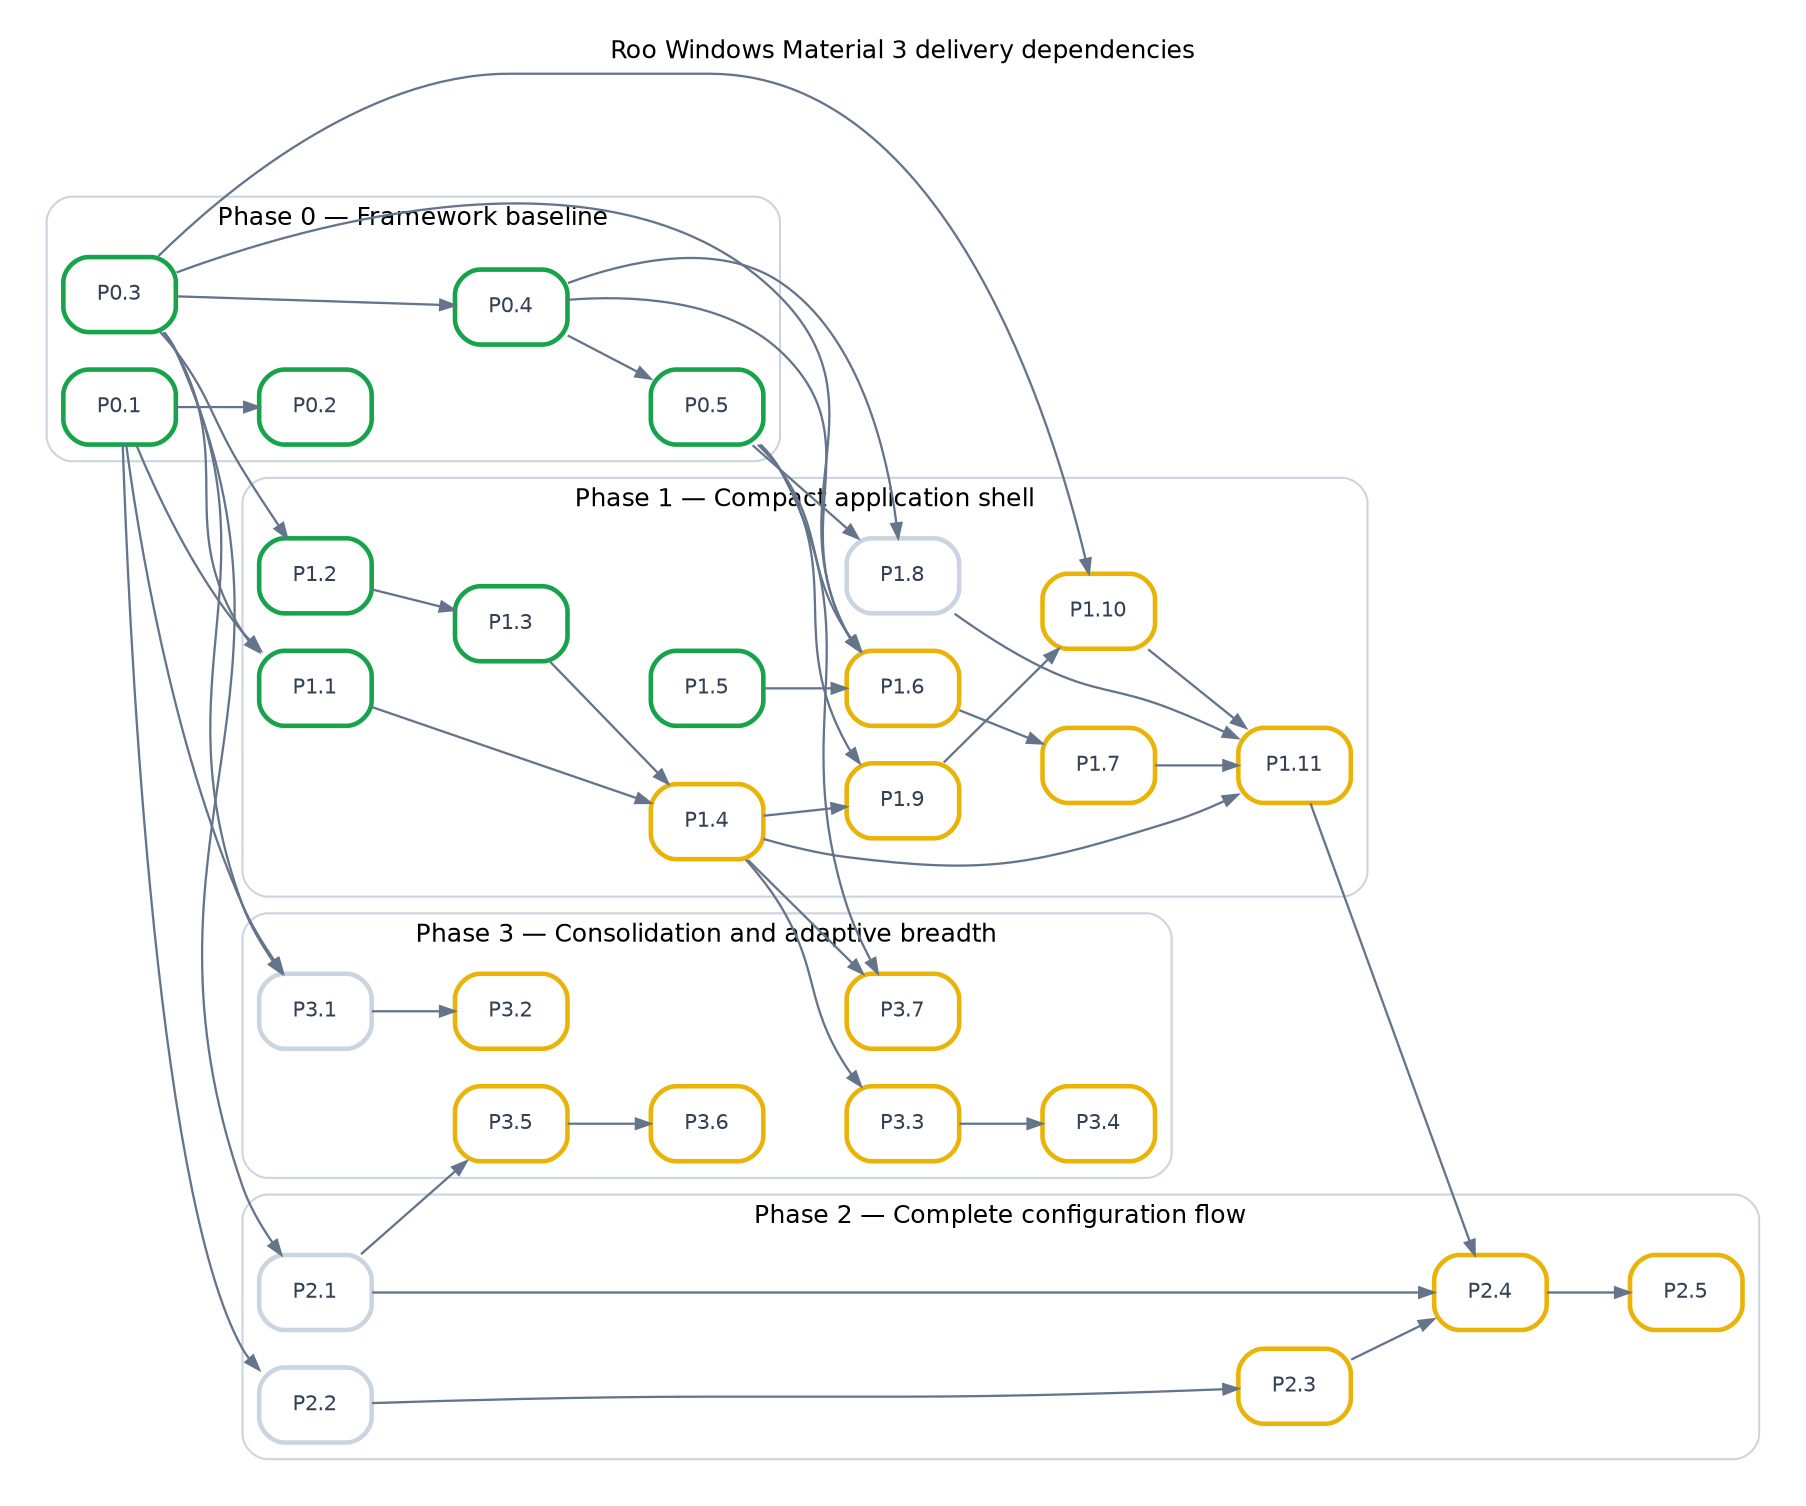
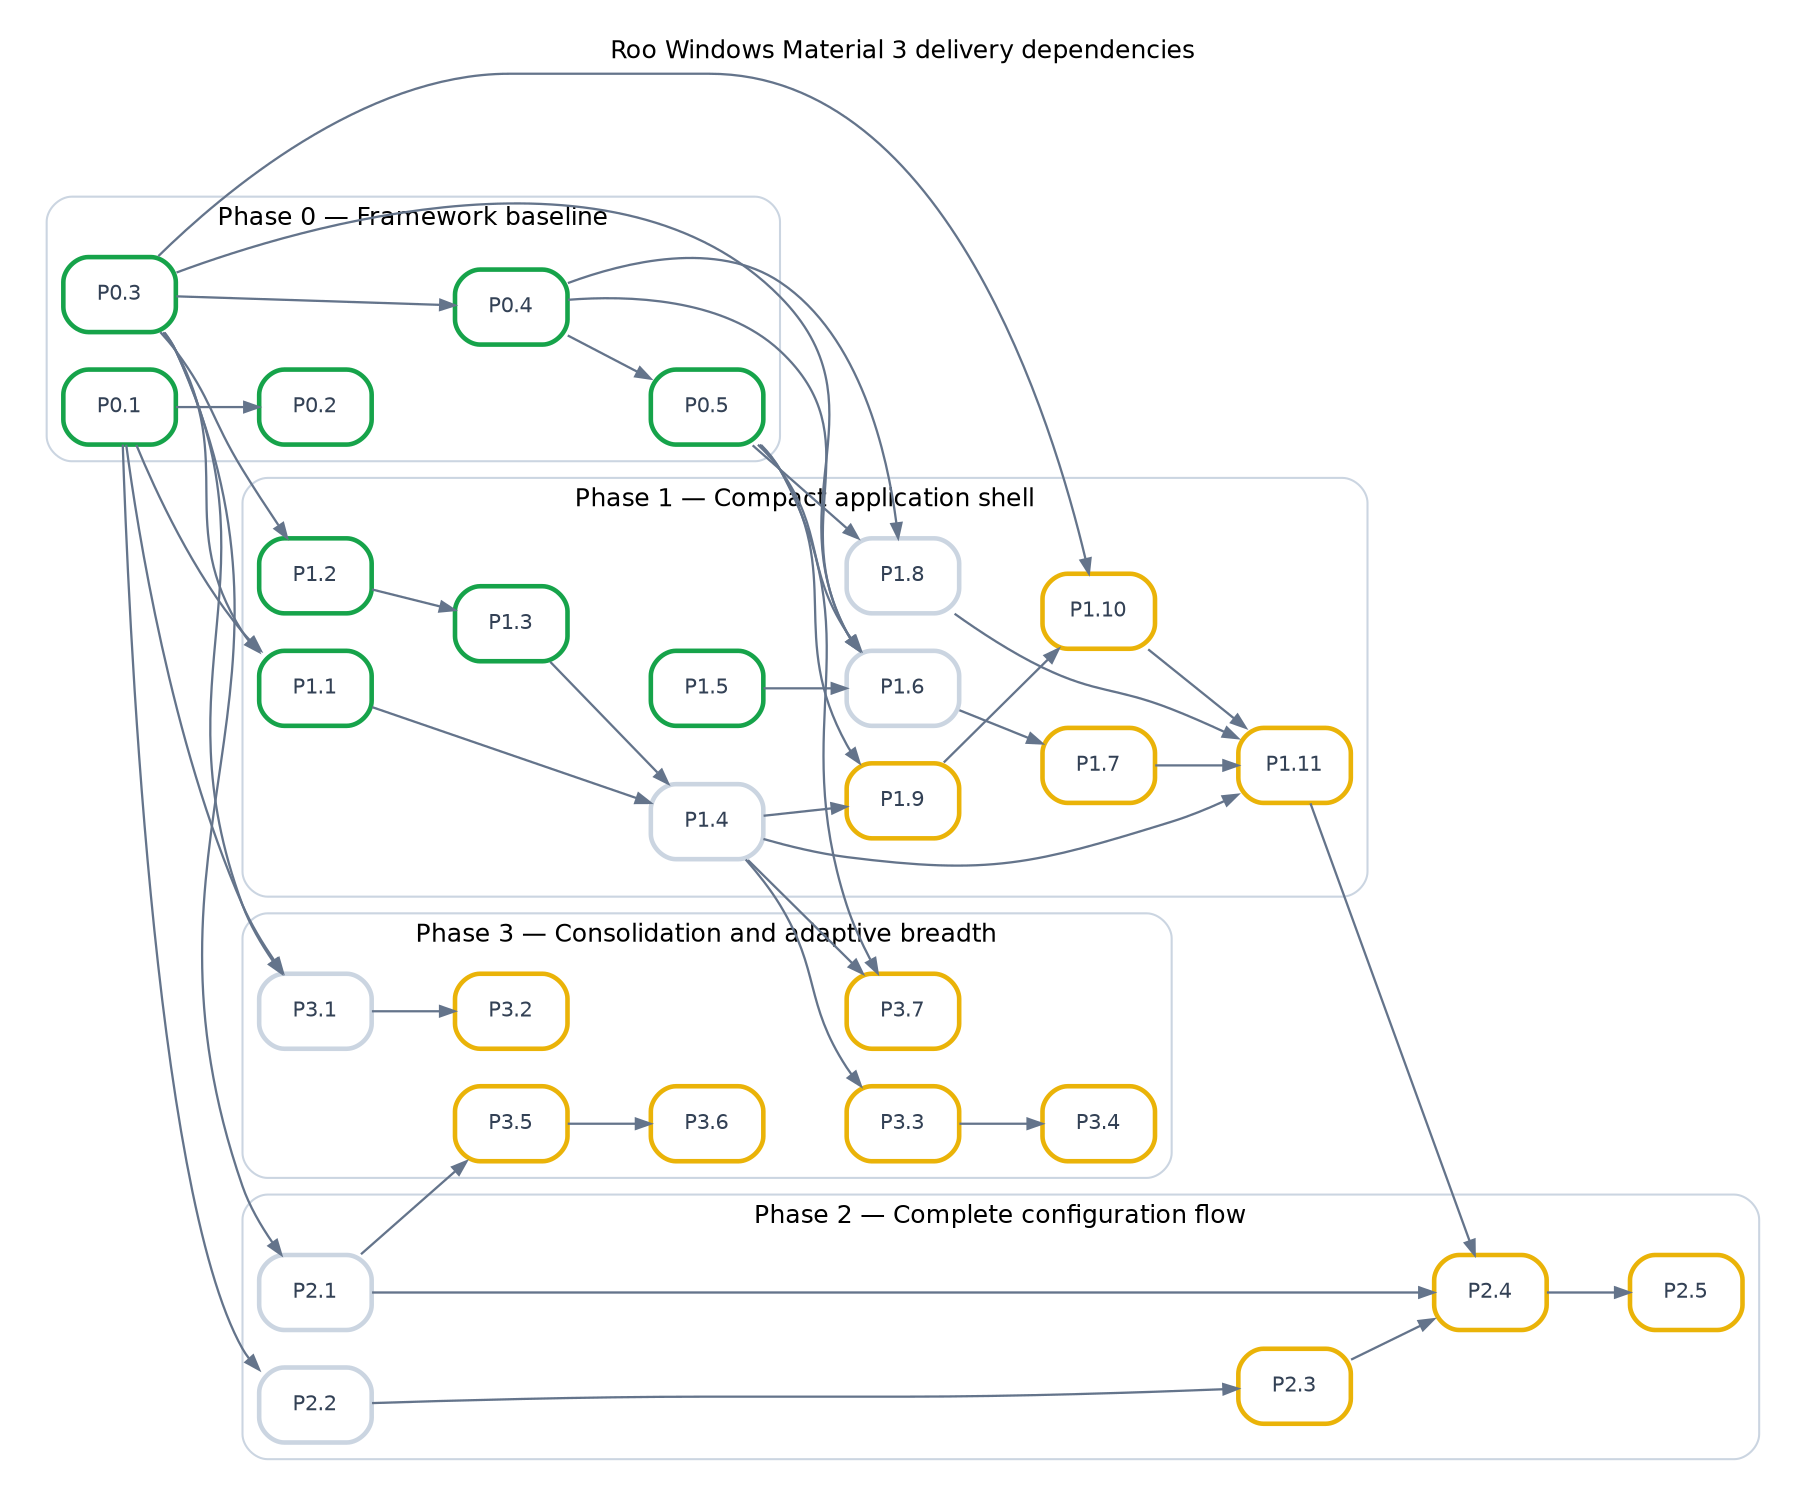
// Source for material3_roadmap_dependencies.svg.
// Keep the full dependency set here. Generate the displayed transitive
// reduction from the repository root with:
//   tred docs/material3_roadmap_dependencies.dot | \
//     dot -Tsvg -o docs/material3_roadmap_dependencies.svg
digraph material3_roadmap_dependencies {
  graph [
    rankdir=LR,
    newrank=true,
    bgcolor="#FFFFFF",
    pad=0.2,
    nodesep=0.25,
    ranksep=0.55,
    fontname="DejaVu Sans",
    fontsize=12,
    labelloc=t,
    label="Roo Windows Material 3 delivery dependencies"
  ];
  node [
    shape=box,
    style="rounded,filled",
    margin="0.10,0.06",
    fontname="DejaVu Sans",
    fontsize=10,
    penwidth=2.2,
    target="_top",
    fillcolor="#FFFFFF",
    color="#EAB308",
    fontcolor="#334155"
  ];
  edge [color="#64748B", arrowsize=0.7, penwidth=1.1];

  subgraph cluster_phase0 {
    label="Phase 0 — Framework baseline";
    color="#CBD5E1";
    style="rounded";

    p0_1 [label="P0.1", fillcolor="#FFFFFF", color="#16A34A",
          fontcolor="#334155", URL="material3_roadmap.md#p0-1",
          tooltip="Theme ownership split"];
    p0_2 [label="P0.2", fillcolor="#FFFFFF", color="#16A34A",
          fontcolor="#334155", URL="material3_roadmap.md#p0-2",
          tooltip="Supported-target baseline for the theme split"];
    p0_3 [label="P0.3", fillcolor="#FFFFFF", color="#16A34A",
          fontcolor="#334155", URL="material3_roadmap.md#p0-3",
          tooltip="Keyboard/focus framework"];
    p0_4 [label="P0.4", fillcolor="#FFFFFF", color="#16A34A",
          fontcolor="#334155", URL="material3_roadmap.md#p0-4",
          tooltip="Semantic Back/Escape routing"];
    p0_5 [label="P0.5", fillcolor="#FFFFFF", color="#16A34A",
          fontcolor="#334155", URL="material3_roadmap.md#p0-5",
          tooltip="Interactive-transient slot and dialog lifetime migration"];
  }

  subgraph cluster_phase1 {
    label="Phase 1 — Compact application shell";
    color="#CBD5E1";
    style="rounded";

    p1_1 [label="P1.1", fillcolor="#FFFFFF", color="#16A34A",
          fontcolor="#334155", URL="material3_roadmap.md#p1-1",
          tooltip="Finish app-bar component verification"];
    p1_2 [label="P1.2", fillcolor="#FFFFFF", color="#16A34A",
          fontcolor="#334155", URL="material3_roadmap.md#p1-2",
          tooltip="Amend the navigation-bar design for keyboard operation"];
    p1_3 [label="P1.3", fillcolor="#FFFFFF", color="#16A34A",
          fontcolor="#334155", URL="material3_roadmap.md#p1-3",
          tooltip="Implement compact navigation bar"];
-     p1_4 [label="P1.4", URL="material3_roadmap.md#p1-4",
+     p1_4 [label="P1.4", fillcolor="#FFFFFF", color="#CBD5E1",
+           fontcolor="#334155", URL="material3_roadmap.md#p1-4",
          tooltip="Implement the compact LayoutScaffold slice"];
    p1_5 [label="P1.5", fillcolor="#FFFFFF", color="#16A34A",
          fontcolor="#334155", URL="material3_roadmap.md#p1-5",
          tooltip="Implement the shared presentation-pin host"];
-     p1_6 [label="P1.6", URL="material3_roadmap.md#p1-6",
+     p1_6 [label="P1.6", fillcolor="#FFFFFF", color="#CBD5E1",
+           fontcolor="#334155", URL="material3_roadmap.md#p1-6",
          tooltip="Reconcile menu ownership and input design"];
    p1_7 [label="P1.7", URL="material3_roadmap.md#p1-7",
          tooltip="Implement Material 3 menus"];
    p1_8 [label="P1.8", fillcolor="#FFFFFF", color="#CBD5E1",
          fontcolor="#334155", URL="material3_roadmap.md#p1-8",
          tooltip="Implement basic Material 3 dialogs"];
    p1_9 [label="P1.9", URL="material3_roadmap.md#p1-9",
          tooltip="Reconcile snackbar queue ownership design"];
    p1_10 [label="P1.10", URL="material3_roadmap.md#p1-10",
           tooltip="Implement snackbar widget, presenter, and queue"];
    p1_11 [label="P1.11", URL="material3_roadmap.md#p1-11",
           tooltip="Integrate the compact settings shell"];
  }

  subgraph cluster_phase2 {
    label="Phase 2 — Complete configuration flow";
    color="#CBD5E1";
    style="rounded";

    p2_1 [label="P2.1", fillcolor="#FFFFFF", color="#CBD5E1",
          fontcolor="#334155", URL="material3_roadmap.md#p2-1",
          tooltip="Implement single-line Material 3 text fields"];
    p2_2 [label="P2.2", fillcolor="#FFFFFF", color="#CBD5E1",
          fontcolor="#334155", URL="material3_roadmap.md#p2-2",
          tooltip="Design progress indicators"];
    p2_3 [label="P2.3", URL="material3_roadmap.md#p2-3",
          tooltip="Implement progress indicators"];
    p2_4 [label="P2.4", URL="material3_roadmap.md#p2-4",
          tooltip="Implement the Material 3 Wi-Fi configuration flow"];
    p2_5 [label="P2.5", URL="material3_roadmap.md#p2-5",
          tooltip="Verify the configuration flow on target"];
  }

  subgraph cluster_phase3 {
    label="Phase 3 — Consolidation and adaptive breadth";
    color="#CBD5E1";
    style="rounded";

    p3_1 [label="P3.1", fillcolor="#FFFFFF", color="#CBD5E1",
          fontcolor="#334155", URL="material3_roadmap.md#p3-1",
          tooltip="Specify the existing card, checkbox, radio-button, and switch families"];
    p3_2 [label="P3.2", URL="material3_roadmap.md#p3-2",
          tooltip="Reconcile existing control implementations with P3.1"];
    p3_3 [label="P3.3", URL="material3_roadmap.md#p3-3",
          tooltip="Design adaptive navigation orchestration"];
    p3_4 [label="P3.4", URL="material3_roadmap.md#p3-4",
          tooltip="Implement adaptive navigation"];
    p3_5 [label="P3.5", URL="material3_roadmap.md#p3-5",
          tooltip="Design multiline editing and composition"];
    p3_6 [label="P3.6", URL="material3_roadmap.md#p3-6",
          tooltip="Implement multiline Material 3 text fields"];
    p3_7 [label="P3.7", URL="material3_roadmap.md#p3-7",
          tooltip="Implement modal sheets and adopt transient lifetime"];
  }

  p0_1 -> p0_2;
  p0_3 -> p0_4 -> p0_5;

  p0_1 -> p1_1;
  p0_3 -> p1_1;
  p0_3 -> p1_2;
  p1_2 -> p1_3;
  p1_1 -> p1_4;
  p1_3 -> p1_4;
  p0_3 -> p1_6;
  p0_4 -> p1_6;
  p0_5 -> p1_6;
  p1_5 -> p1_6 -> p1_7;
  p0_4 -> p1_8;
  p0_5 -> p1_8;
  p0_5 -> p1_9;
  p1_4 -> p1_9;
  p0_3 -> p1_10;
  p1_9 -> p1_10;
  p1_4 -> p1_11;
  p1_7 -> p1_11;
  p1_8 -> p1_11;
  p1_10 -> p1_11;

  p0_3 -> p2_1;
  p0_1 -> p2_2;
  p2_2 -> p2_3;
  p1_11 -> p2_4;
  p2_1 -> p2_4;
  p2_3 -> p2_4 -> p2_5;

  p0_1 -> p3_1;
  p0_3 -> p3_1;
  p3_1 -> p3_2;
  p1_4 -> p3_3 -> p3_4;
  p2_1 -> p3_5 -> p3_6;
  p0_5 -> p3_7;
  p1_4 -> p3_7;
}
